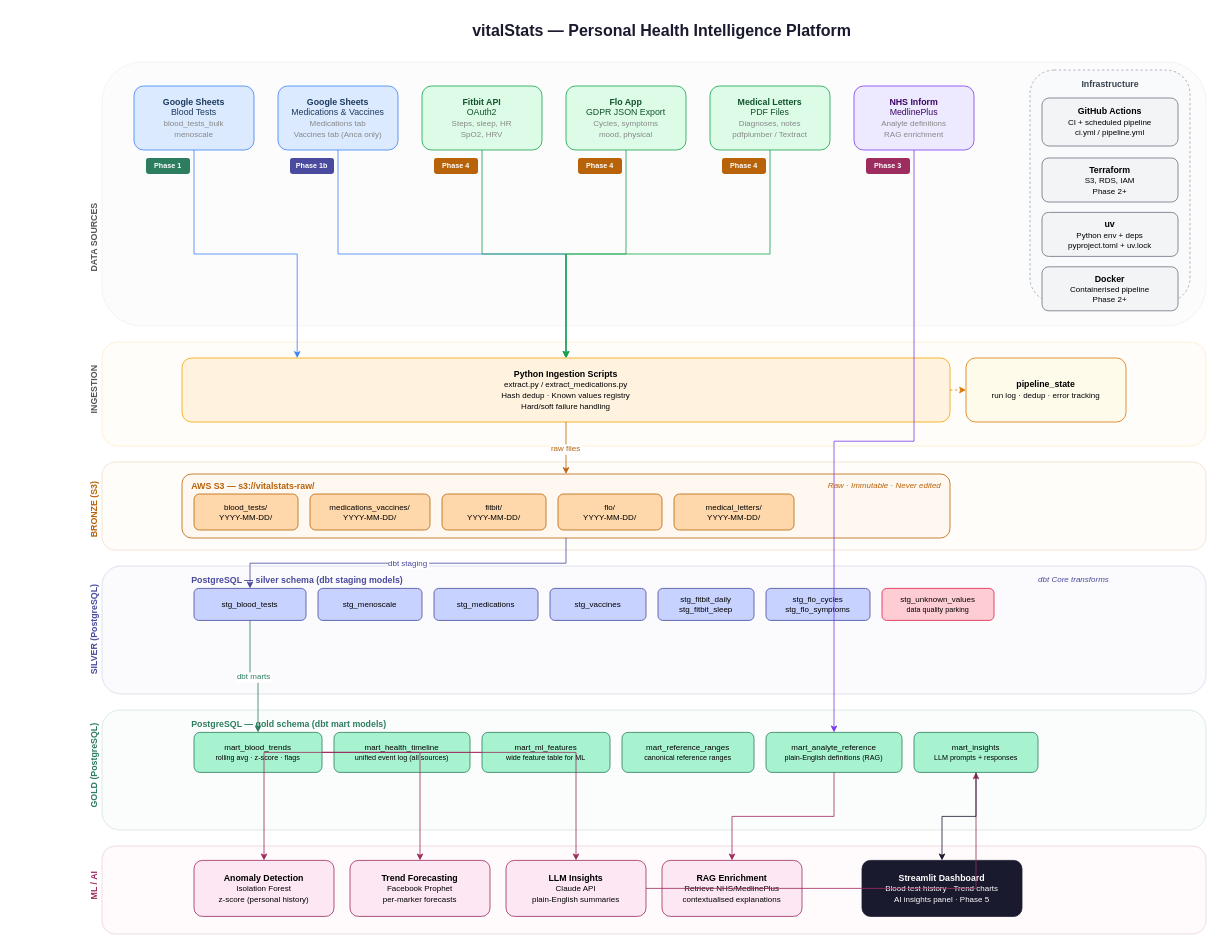
The draw.io diagram vitalstats-architecture.drawio in AncaIoana/vitalstats, before the edit. Source tidied: cells renumbered, new cells numbered last; positions are measured from the earlier drawing's top-left corner, leaving out a move shared by most shapes. Both pictures are drawn from the tidied source at 80%, with x=0, y=0 at pixel (46, 14).
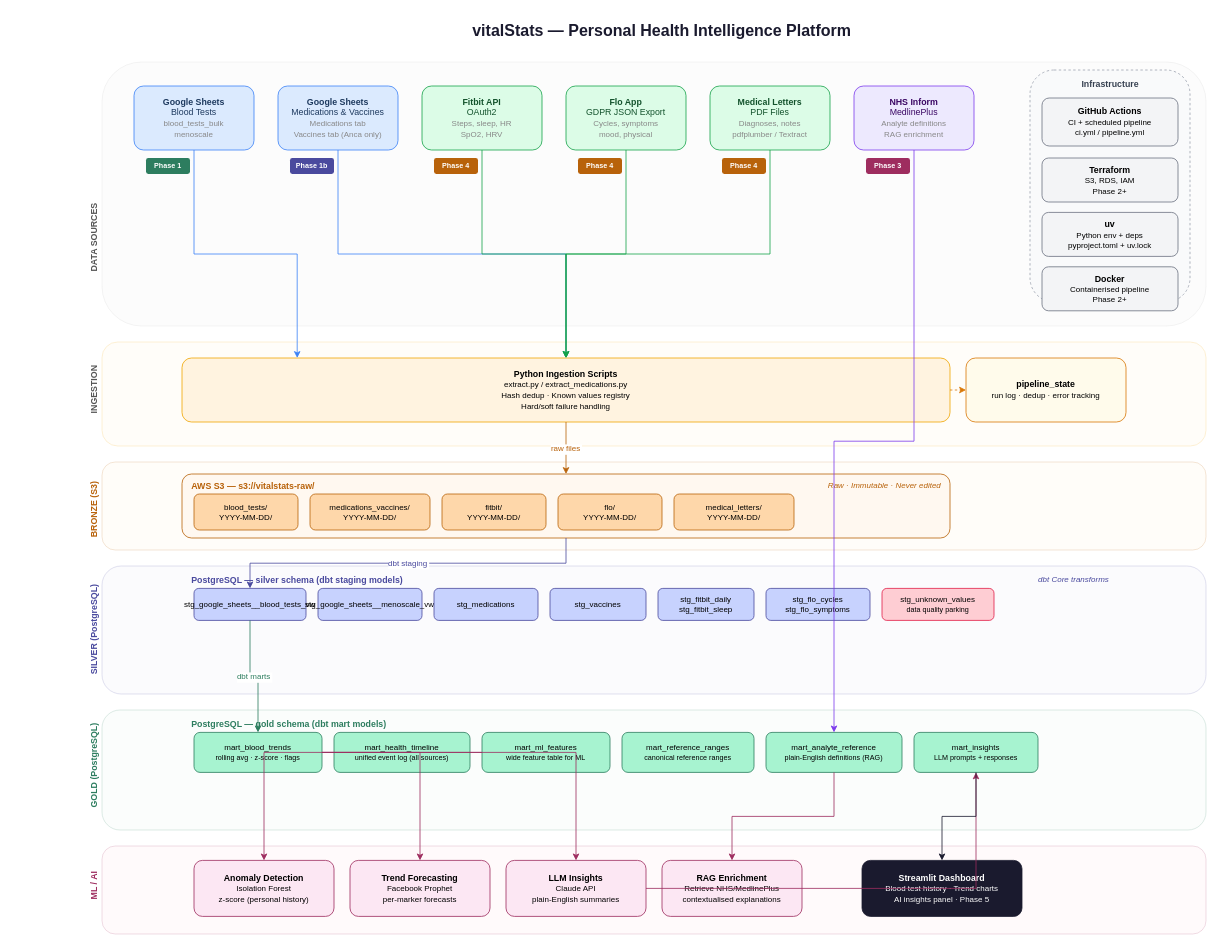
The same diagram, later.

Diff of the diagram source:
```diff
@@
-    <mxCell id="44" value="stg_blood_tests" style="rounded=1;whiteSpace=wrap;html=1;fillColor=#c7d2fe;strokeColor=#4a4a9e;fontSize=10;" parent="1" vertex="1">
+    <mxCell id="44" value="stg_google_sheets__blood_tests_vw" style="rounded=1;whiteSpace=wrap;html=1;fillColor=#c7d2fe;strokeColor=#4a4a9e;fontSize=10;" parent="1" vertex="1">
       <mxGeometry x="185" y="718" width="140" height="40" as="geometry" />
     </mxCell>
-    <mxCell id="45" value="stg_menoscale" style="rounded=1;whiteSpace=wrap;html=1;fillColor=#c7d2fe;strokeColor=#4a4a9e;fontSize=10;" parent="1" vertex="1">
+    <mxCell id="45" value="stg_google_sheets__menoscale_vw" style="rounded=1;whiteSpace=wrap;html=1;fillColor=#c7d2fe;strokeColor=#4a4a9e;fontSize=10;" parent="1" vertex="1">
       <mxGeometry x="340" y="718" width="130" height="40" as="geometry" />
     </mxCell>
```
